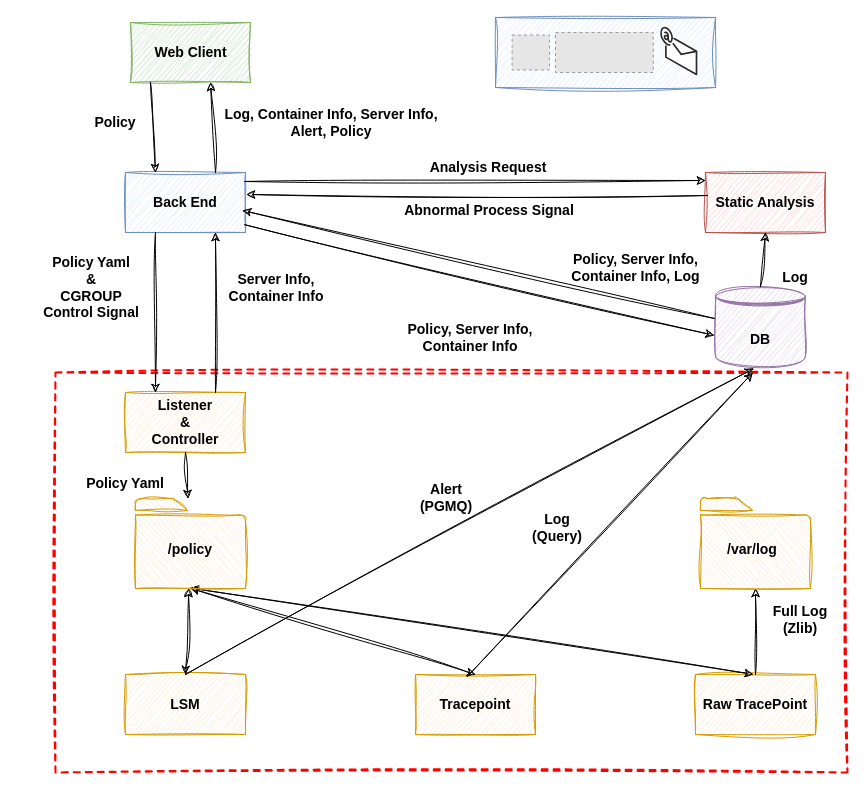
The draw.io diagram page "페이지-2" (2 of 3) of yamong/yamong.drawio in bob-yamong/drawio, before the edit. Source tidied: cells renumbered, new cells numbered last; positions are measured from the earlier drawing's top-left corner, leaving out a move shared by most shapes. Both pictures are drawn from the tidied source at 100%, with x=0, y=0 at pixel (17, 17). Pictures stored in the file or linked from it are replaced by grey dashed boxes.
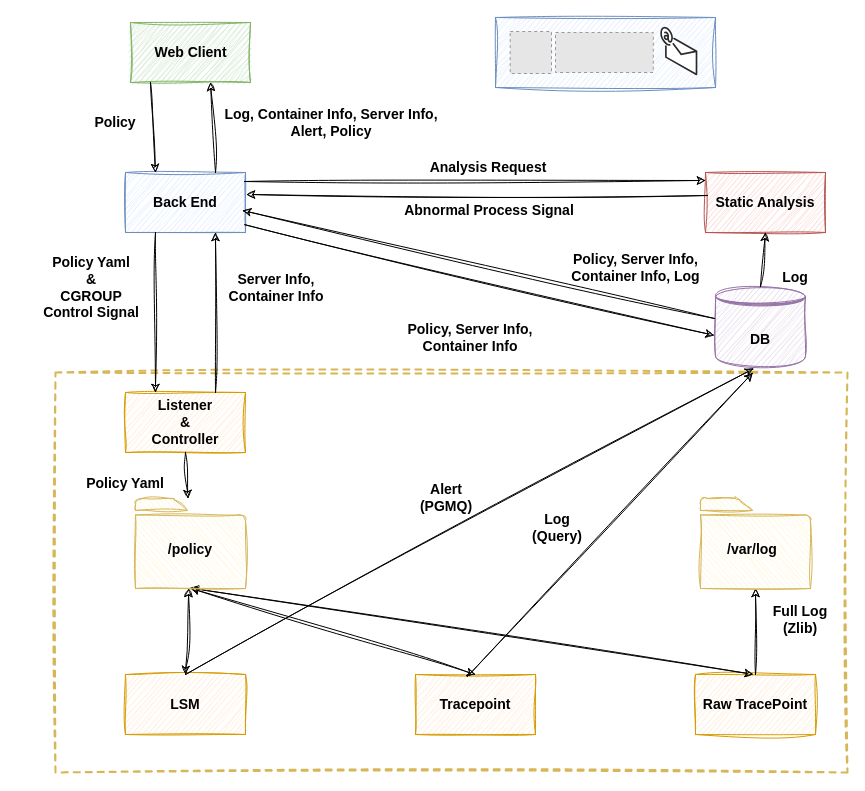
The same diagram, later.

What changed in the source:
```diff
@@
-    <mxCell id="2" style="rounded=0;whiteSpace=wrap;html=1;fillColor=none;dashed=1;strokeWidth=2;strokeColor=#ff0000;sketch=1;curveFitting=1;jiggle=2;" parent="1" vertex="1">
+    <mxCell id="2" style="rounded=0;whiteSpace=wrap;html=1;fillColor=none;dashed=1;strokeWidth=2;strokeColor=#d6b656;sketch=1;curveFitting=1;jiggle=2;" parent="1" vertex="1">
       <mxGeometry x="38" y="355" width="792" height="400" as="geometry" />
     </mxCell>
@@
-    <mxCell id="39" style="group;fontStyle=1;" parent="1" vertex="1">
-      <mxGeometry x="683" y="481" width="110" height="90" as="geometry" />
-    </mxCell>
-    <mxCell id="40" style="sketch=1;shadow=0;dashed=0;html=1;labelPosition=center;verticalLabelPosition=bottom;verticalAlign=top;outlineConnect=0;align=center;shape=mxgraph.office.concepts.folder;flipH=1;curveFitting=1;jiggle=2;fontSize=14;fillColor=#ffe6cc;strokeColor=#d79b00;fontStyle=1;" parent="39" vertex="1">
-      <mxGeometry width="110" height="90" as="geometry" />
-    </mxCell>
-    <mxCell id="41" value="/var/log" style="text;html=1;align=center;verticalAlign=middle;whiteSpace=wrap;rounded=0;fontSize=14;sketch=1;curveFitting=1;jiggle=2;fontStyle=1;" parent="39" vertex="1">
-      <mxGeometry x="22" y="36" width="60" height="30" as="geometry" />
-    </mxCell>
-    <mxCell id="42" style="group;fontStyle=1;" parent="1" vertex="1">
-      <mxGeometry x="118" y="481" width="110" height="90" as="geometry" />
-    </mxCell>
-    <mxCell id="43" style="sketch=1;shadow=0;dashed=0;html=1;labelPosition=center;verticalLabelPosition=bottom;verticalAlign=top;outlineConnect=0;align=center;shape=mxgraph.office.concepts.folder;flipH=1;curveFitting=1;jiggle=2;fontSize=14;fillColor=#ffe6cc;strokeColor=#d79b00;fontStyle=1;" parent="42" vertex="1">
-      <mxGeometry width="110" height="90" as="geometry" />
-    </mxCell>
-    <mxCell id="44" value="/policy" style="text;html=1;align=center;verticalAlign=middle;whiteSpace=wrap;rounded=0;fontSize=14;sketch=1;curveFitting=1;jiggle=2;fontStyle=1;" parent="42" vertex="1">
-      <mxGeometry x="25" y="36" width="60" height="30" as="geometry" />
-    </mxCell>
     <mxCell id="45" style="group;" parent="1" vertex="1">
-      <mxGeometry x="478" width="220" height="70" as="geometry" />
+      <mxGeometry x="478" width="220" height="105" as="geometry" />
     </mxCell>
@@
-    <mxCell id="48" style="fillColor=#E6E6E6;strokeColor=#999999;dashed=1;verticalLabelPosition=bottom;labelBackgroundColor=default;verticalAlign=top;" parent="45" vertex="1">
-      <mxGeometry x="16.6" y="17.5" width="37.4" height="35" as="geometry" />
-    </mxCell>
@@
+    <mxCell id="52" style="fillColor=#E6E6E6;strokeColor=#999999;dashed=1;verticalLabelPosition=bottom;labelBackgroundColor=default;verticalAlign=top;" parent="45" vertex="1">
+      <mxGeometry x="14.7" y="14" width="41.3" height="42" as="geometry" />
+    </mxCell>
@@
+    <mxCell id="53" style="group;" parent="1" vertex="1">
+      <mxGeometry x="683" y="481" width="110" height="90" as="geometry" />
+    </mxCell>
+    <mxCell id="40" style="sketch=1;shadow=0;dashed=0;html=1;labelPosition=center;verticalLabelPosition=bottom;verticalAlign=top;outlineConnect=0;align=center;shape=mxgraph.office.concepts.folder;flipH=1;curveFitting=1;jiggle=2;fontSize=14;fillColor=#fff2cc;strokeColor=#d6b656;fontStyle=1;" parent="53" vertex="1">
+      <mxGeometry width="110" height="90" as="geometry" />
+    </mxCell>
+    <mxCell id="41" value="/var/log" style="text;html=1;align=center;verticalAlign=middle;whiteSpace=wrap;rounded=0;fontSize=14;sketch=1;curveFitting=1;jiggle=2;fontStyle=1;" parent="53" vertex="1">
+      <mxGeometry x="22" y="36" width="60" height="30" as="geometry" />
+    </mxCell>
+    <mxCell id="54" style="group;" parent="1" vertex="1">
+      <mxGeometry x="118" y="481" width="110" height="90" as="geometry" />
+    </mxCell>
+    <mxCell id="43" style="sketch=1;shadow=0;dashed=0;html=1;labelPosition=center;verticalLabelPosition=bottom;verticalAlign=top;outlineConnect=0;align=center;shape=mxgraph.office.concepts.folder;flipH=1;curveFitting=1;jiggle=2;fontSize=14;fillColor=#fff2cc;strokeColor=#d6b656;fontStyle=1;" parent="54" vertex="1">
+      <mxGeometry width="110" height="90" as="geometry" />
+    </mxCell>
+    <mxCell id="44" value="/policy" style="text;html=1;align=center;verticalAlign=middle;whiteSpace=wrap;rounded=0;fontSize=14;sketch=1;curveFitting=1;jiggle=2;fontStyle=1;" parent="54" vertex="1">
+      <mxGeometry x="25" y="36" width="60" height="30" as="geometry" />
+    </mxCell>
```
